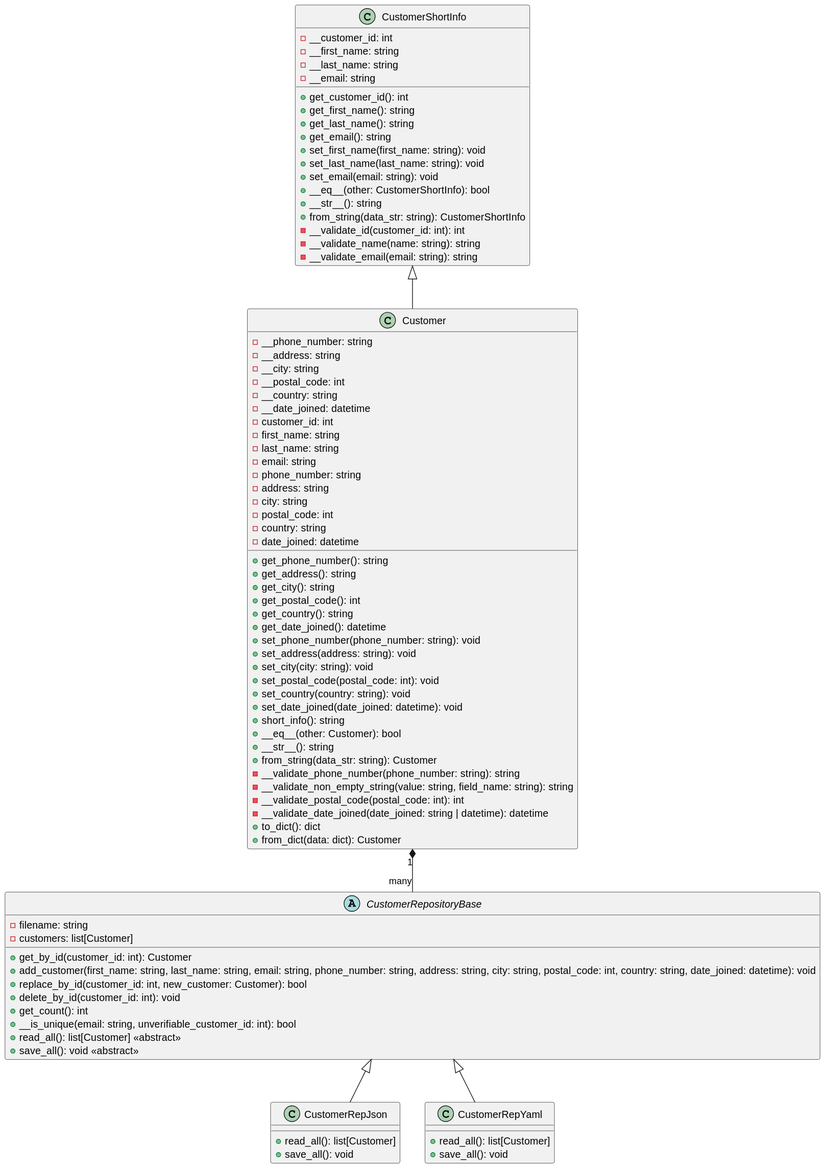
MrOganes/information-systems-design keeps this PlantUML diagram as class_diagram.svg. Above is the earlier version.
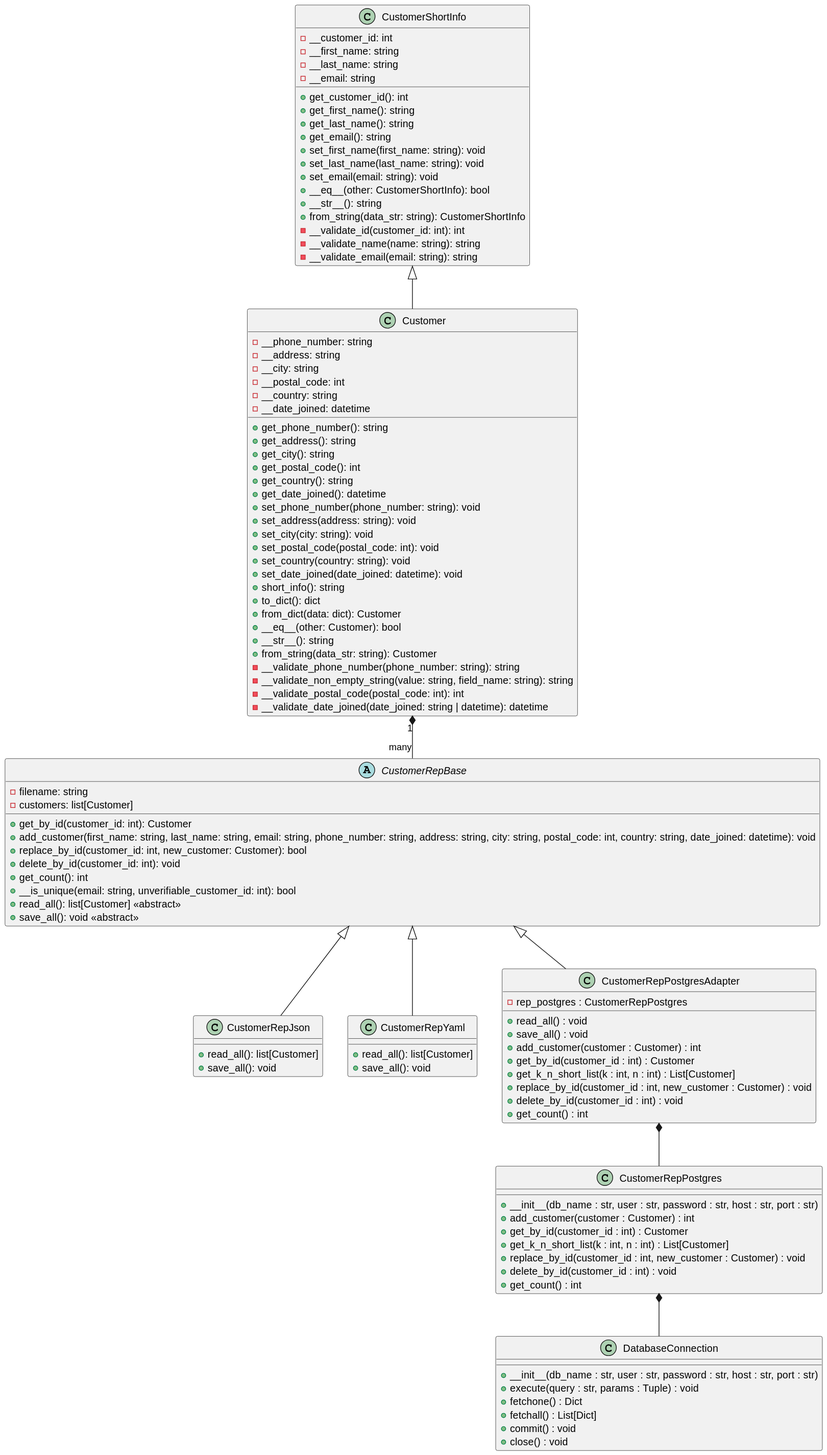
The same file after the commit.

Commit message:
feat: Using the Adapter pattern, the class is included in the constructed hierarchy.

The edit, as a diff of the source:
```diff
@@ -39,6 +39,8 @@
   + set_country(country: string): void
   + set_date_joined(date_joined: datetime): void
   + short_info(): string
++ to_dict(): dict
++ from_dict(data: dict): Customer
   + __eq__(other: Customer): bool
   + __str__(): string
   + from_string(data_str: string): Customer
@@ -50,22 +52,7 @@
 
 CustomerShortInfo <|-- Customer
 
-class Customer {
-  - customer_id: int
-  - first_name: string
-  - last_name: string
-  - email: string
-  - phone_number: string
-  - address: string
-  - city: string
-  - postal_code: int
-  - country: string
-  - date_joined: datetime
-  + to_dict(): dict
-  + from_dict(data: dict): Customer
-}
-
-abstract class CustomerRepositoryBase {
+abstract class CustomerRepBase {
   - filename: string
   - customers: list[Customer]
   + get_by_id(customer_id: int): Customer
@@ -88,7 +75,42 @@
   + save_all(): void
 }
 
-CustomerRepositoryBase <|-- CustomerRepJson
-CustomerRepositoryBase <|-- CustomerRepYaml
-Customer "1" *-- "many" CustomerRepositoryBase
+class CustomerRepPostgres {
+    + __init__(db_name : str, user : str, password : str, host : str, port : str)
+    + add_customer(customer : Customer) : int
+    + get_by_id(customer_id : int) : Customer
+    + get_k_n_short_list(k : int, n : int) : List[Customer]
+    + replace_by_id(customer_id : int, new_customer : Customer) : void
+    + delete_by_id(customer_id : int) : void
+    + get_count() : int
+}
+
+class CustomerRepPostgresAdapter {
+    - rep_postgres : CustomerRepPostgres
+    + read_all() : void
+    + save_all() : void
+    + add_customer(customer : Customer) : int
+    + get_by_id(customer_id : int) : Customer
+    + get_k_n_short_list(k : int, n : int) : List[Customer]
+    + replace_by_id(customer_id : int, new_customer : Customer) : void
+    + delete_by_id(customer_id : int) : void
+    + get_count() : int
+}
+
+
+class DatabaseConnection {
+    + __init__(db_name : str, user : str, password : str, host : str, port : str)
+    + execute(query : str, params : Tuple) : void
+    + fetchone() : Dict
+    + fetchall() : List[Dict]
+    + commit() : void
+    + close() : void
+}
+
+CustomerRepBase <|-- CustomerRepJson
+CustomerRepBase <|-- CustomerRepYaml
+Customer "1" *-- "many" CustomerRepBase
+CustomerRepBase <|-- CustomerRepPostgresAdapter
+CustomerRepPostgresAdapter *-- CustomerRepPostgres
+CustomerRepPostgres *-- DatabaseConnection
 @enduml
```
